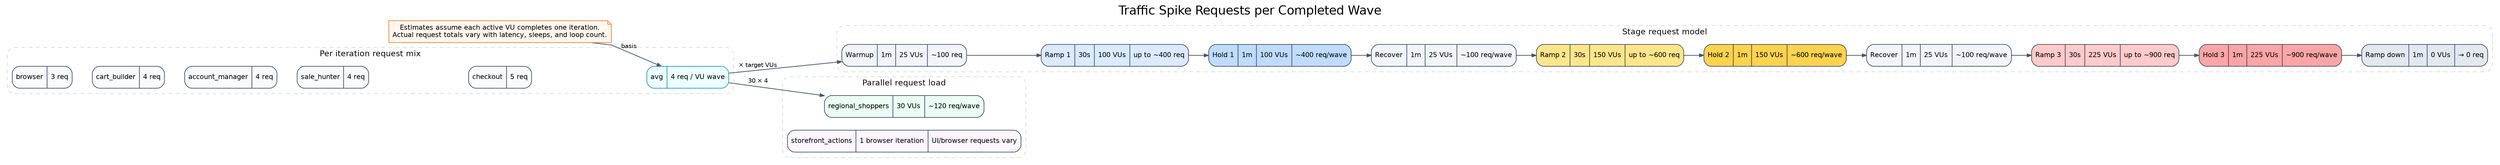
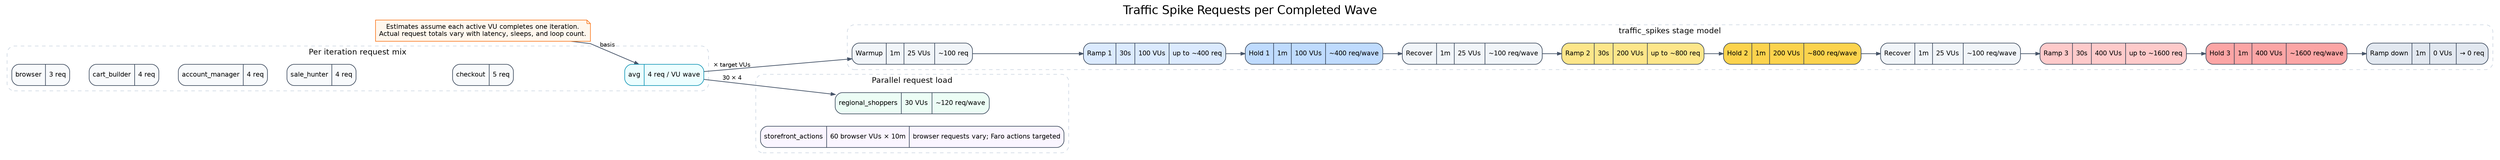
digraph traffic_spike_requests_only {
-   graph [
-     rankdir=LR,
-     labelloc=t,
-     label="Traffic Spike Requests per Completed Wave",
-     fontsize=20,
-     fontname="Helvetica",
-     nodesep=0.28,
-     ranksep=0.45,
-     splines=polyline,
-     outputorder=edgesfirst
-   ];
+   graph [rankdir=LR, labelloc=t, label="Traffic Spike Requests per Completed Wave", fontsize=20, fontname="Helvetica", nodesep=0.28, ranksep=0.45, splines=polyline, outputorder=edgesfirst];
+   node [shape=record, style="rounded,filled", fontname="Helvetica", fontsize=11, color="#334155", fillcolor="#f8fafc", margin="0.08,0.05"];
+   edge [color="#475569", arrowsize=0.7, penwidth=1.2, fontname="Helvetica", fontsize=10];

-   node [
-     shape=record,
-     style="rounded,filled",
-     fontname="Helvetica",
-     fontsize=11,
-     color="#334155",
-     fillcolor="#f8fafc",
-     margin="0.08,0.05"
-   ];
- 
-   edge [
-     color="#475569",
-     arrowsize=0.7,
-     penwidth=1.2,
-     fontname="Helvetica",
-     fontsize=10
-   ];
- 
-   note [
-     shape=note,
-     fillcolor="#fff7ed",
-     color="#f97316",
-     label="Estimates assume each active VU completes one iteration.\nActual request totals vary with latency, sleeps, and loop count."
-   ];
+   note [shape=note, fillcolor="#fff7ed", color="#f97316", label="Estimates assume each active VU completes one iteration.\nActual request totals vary with latency, sleeps, and loop count."];

  subgraph cluster_persona_math {
-     label="Per iteration request mix";
-     color="#cbd5e1";
-     style="rounded,dashed";
-     fontsize=13;
-     fontname="Helvetica";
- 
+     label="Per iteration request mix"; color="#cbd5e1"; style="rounded,dashed"; fontsize=13; fontname="Helvetica";
    p_browser [label="{browser|3 req}"];
    p_cart [label="{cart_builder|4 req}"];
    p_account [label="{account_manager|4 req}"];
    p_sale [label="{sale_hunter|4 req}"];
    p_checkout [label="{checkout|5 req}"];
    p_avg [label="{avg|4 req / VU wave}", fillcolor="#ecfeff", color="#0891b2"];
- 
    p_browser -> p_cart -> p_account -> p_sale -> p_checkout -> p_avg [style=invis];
  }

  subgraph cluster_stage_flow {
-     label="Stage request model";
-     color="#cbd5e1";
-     style="rounded,dashed";
-     fontsize=13;
-     fontname="Helvetica";
- 
+     label="traffic_spikes stage model"; color="#cbd5e1"; style="rounded,dashed"; fontsize=13; fontname="Helvetica";
    warmup [label="{Warmup|1m|25 VUs|~100 req}", fillcolor="#f1f5f9"];
    ramp1 [label="{Ramp 1|30s|100 VUs|up to ~400 req}", fillcolor="#dbeafe"];
    hold1 [label="{Hold 1|1m|100 VUs|~400 req/wave}", fillcolor="#bfdbfe"];
    rec1 [label="{Recover|1m|25 VUs|~100 req/wave}", fillcolor="#f1f5f9"];
-     ramp2 [label="{Ramp 2|30s|150 VUs|up to ~600 req}", fillcolor="#fde68a"];
-     hold2 [label="{Hold 2|1m|150 VUs|~600 req/wave}", fillcolor="#fcd34d"];
+     ramp2 [label="{Ramp 2|30s|200 VUs|up to ~800 req}", fillcolor="#fde68a"];
+     hold2 [label="{Hold 2|1m|200 VUs|~800 req/wave}", fillcolor="#fcd34d"];
    rec2 [label="{Recover|1m|25 VUs|~100 req/wave}", fillcolor="#f1f5f9"];
-     ramp3 [label="{Ramp 3|30s|225 VUs|up to ~900 req}", fillcolor="#fecaca"];
-     hold3 [label="{Hold 3|1m|225 VUs|~900 req/wave}", fillcolor="#fca5a5"];
+     ramp3 [label="{Ramp 3|30s|400 VUs|up to ~1600 req}", fillcolor="#fecaca"];
+     hold3 [label="{Hold 3|1m|400 VUs|~1600 req/wave}", fillcolor="#fca5a5"];
    down [label="{Ramp down|1m|0 VUs|→ 0 req}", fillcolor="#e2e8f0"];
- 
    warmup -> ramp1 -> hold1 -> rec1 -> ramp2 -> hold2 -> rec2 -> ramp3 -> hold3 -> down;
  }

  subgraph cluster_parallel {
-     label="Parallel request load";
-     color="#cbd5e1";
-     style="rounded,dashed";
-     fontsize=13;
-     fontname="Helvetica";
- 
+     label="Parallel request load"; color="#cbd5e1"; style="rounded,dashed"; fontsize=13; fontname="Helvetica";
    regional [label="{regional_shoppers|30 VUs|~120 req/wave}", fillcolor="#ecfdf5"];
-     browser_actions [label="{storefront_actions|1 browser iteration|UI/browser requests vary}", fillcolor="#faf5ff"];
+     browser_actions [label="{storefront_actions|60 browser VUs × 10m|browser requests vary; Faro actions targeted}", fillcolor="#faf5ff"];
  }

  note -> p_avg [label="basis"];
  p_avg -> warmup [label="× target VUs"];
  p_avg -> regional [label="30 × 4"];
}
+ 
